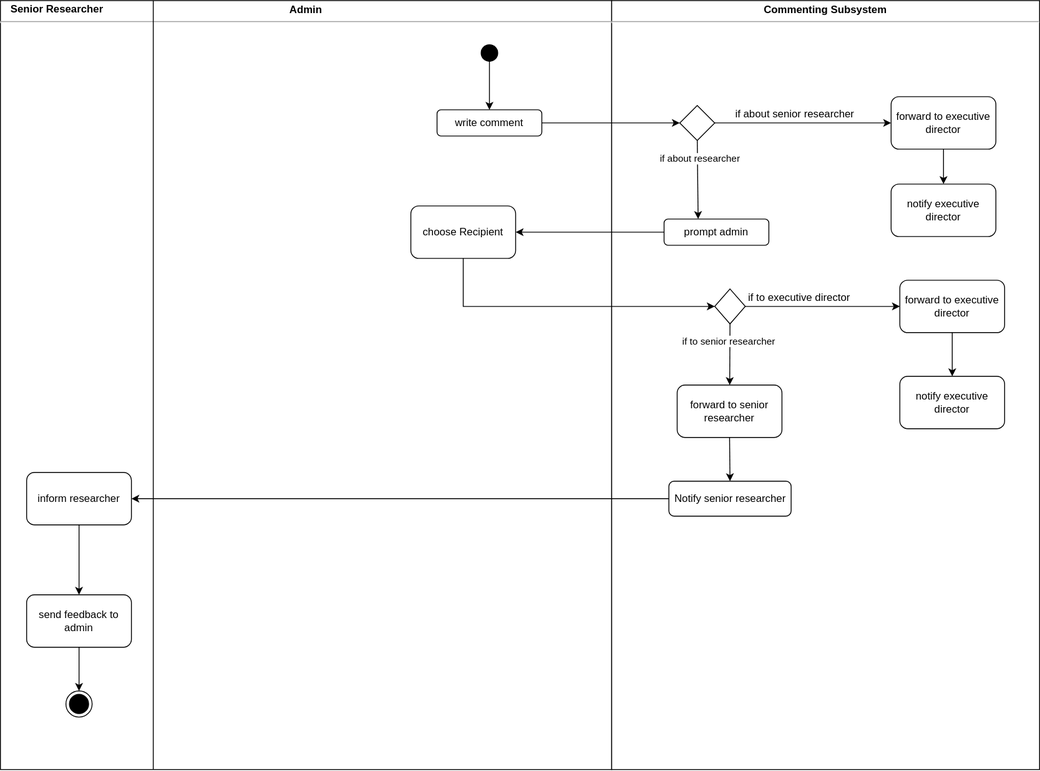
samuelpilusa365/myRepo keeps this draw.io diagram as Admin_Commenting.svg. Above is the earlier version. Source tidied: cells renumbered, new cells last; positions are measured from the earlier drawing's top-left corner, leaving out a move shared by most shapes.
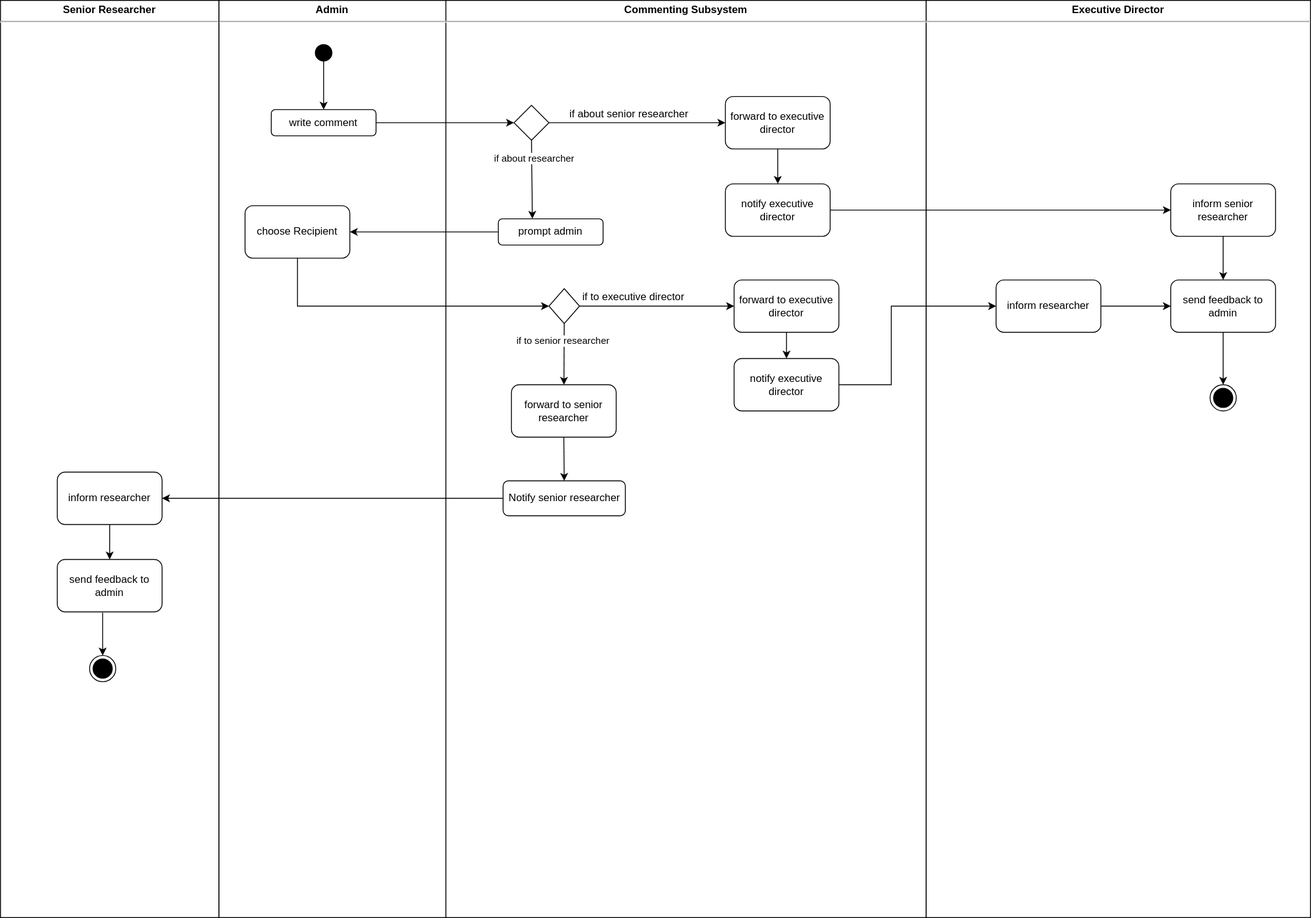
Later version of the same file.

The edit, as a diff of the source:
```diff
@@ -3,10 +3,10 @@
     <mxCell id="0" />
     <mxCell id="1" parent="0" />
     <mxCell id="2" value="&lt;p style=&quot;margin: 0px ; margin-top: 4px ; text-align: center&quot;&gt;&lt;b&gt;Admin&lt;/b&gt;&lt;/p&gt;&lt;hr&gt;&lt;p style=&quot;font-size: 10px ; margin: 0px ; text-align: center&quot;&gt;&lt;br&gt;&lt;/p&gt;" style="shape=rect;html=1;overflow=fill;whiteSpace=wrap;" parent="1" vertex="1">
-      <mxGeometry width="700" height="880" as="geometry" />
+      <mxGeometry x="440" width="260" height="1050" as="geometry" />
     </mxCell>
     <mxCell id="3" value="&lt;p style=&quot;margin: 0px ; margin-top: 4px ; text-align: center&quot;&gt;&lt;b&gt;Commenting Subsystem&lt;/b&gt;&lt;/p&gt;&lt;hr&gt;&lt;p style=&quot;font-size: 10px ; margin: 0px ; text-align: center&quot;&gt;&lt;br&gt;&lt;/p&gt;" style="shape=rect;html=1;overflow=fill;whiteSpace=wrap;" parent="1" vertex="1">
-      <mxGeometry x="700" width="490" height="880" as="geometry" />
+      <mxGeometry x="700" width="550" height="1050" as="geometry" />
     </mxCell>
     <mxCell id="4" style="ellipse;fillColor=#000000;strokeColor=none;" parent="1" vertex="1">
       <mxGeometry x="550" y="50" width="20" height="20" as="geometry" />
@@ -82,7 +82,7 @@
       <mxGeometry x="775" y="440" width="120" height="60" as="geometry" />
     </mxCell>
     <mxCell id="27" value="notify executive director" style="rounded=1;whiteSpace=wrap;html=1;" parent="1" vertex="1">
-      <mxGeometry x="1030" y="430" width="120" height="60" as="geometry" />
+      <mxGeometry x="1030" y="410" width="120" height="60" as="geometry" />
     </mxCell>
     <mxCell id="28" style="endArrow=classic;html=1;exitX=0.5;exitY=1;exitDx=0;exitDy=0;entryX=0.5;entryY=0;entryDx=0;entryDy=0;" parent="1" edge="1" source="23" target="27">
       <mxGeometry relative="1" as="geometry" />
@@ -93,29 +93,61 @@
     <mxCell id="30" style="endArrow=classic;html=1;exitX=0.5;exitY=1;exitDx=0;exitDy=0;entryX=0.5;entryY=0;entryDx=0;entryDy=0;" parent="1" edge="1" source="26" target="29">
       <mxGeometry relative="1" as="geometry" />
     </mxCell>
-    <mxCell id="31" style="endArrow=none;html=1;exitX=0.25;exitY=1;exitDx=0;exitDy=0;entryX=0.25;entryY=0;entryDx=0;entryDy=0;" parent="1" edge="1" source="2" target="2">
-      <mxGeometry relative="1" as="geometry" />
-    </mxCell>
+    <mxCell id="39" value="&lt;p style=&quot;margin: 0px ; margin-top: 4px ; text-align: center&quot;&gt;&lt;b&gt;Executive Director&lt;/b&gt;&lt;/p&gt;&lt;hr&gt;&lt;p style=&quot;font-size: 10px ; margin: 0px ; text-align: center&quot;&gt;&lt;br&gt;&lt;/p&gt;" style="shape=rect;html=1;overflow=fill;whiteSpace=wrap;" parent="1" vertex="1">
+      <mxGeometry x="1250" width="440" height="1050" as="geometry" />
+    </mxCell>
-    <mxCell id="32" value="&lt;b&gt;Senior Researcher&lt;/b&gt;" style="text;html=1;strokeColor=none;fillColor=none;align=center;verticalAlign=middle;whiteSpace=wrap;rounded=0;" parent="1" vertex="1">
-      <mxGeometry width="130" height="20" as="geometry" />
+    <mxCell id="32" value="&lt;p style=&quot;margin: 0px ; margin-top: 4px ; text-align: center&quot;&gt;&lt;b&gt;Senior Researcher&lt;/b&gt;&lt;/p&gt;&lt;hr&gt;&lt;p style=&quot;font-size: 10px ; margin: 0px ; text-align: center&quot;&gt;&lt;br&gt;&lt;/p&gt;" style="shape=rect;html=1;overflow=fill;whiteSpace=wrap;" parent="1" vertex="1">
+      <mxGeometry x="190" width="250" height="1050" as="geometry" />
     </mxCell>
-    <mxCell id="33" value="inform researcher" style="rounded=1;whiteSpace=wrap;html=1;" parent="1" vertex="1">
-      <mxGeometry x="30" y="540" width="120" height="60" as="geometry" />
-    </mxCell>
-    <mxCell id="34" value="send feedback to admin" style="rounded=1;whiteSpace=wrap;html=1;" parent="1" vertex="1">
-      <mxGeometry x="30" y="680" width="120" height="60" as="geometry" />
-    </mxCell>
-    <mxCell id="35" style="endArrow=classic;html=1;exitX=0.5;exitY=1;exitDx=0;exitDy=0;entryX=0.5;entryY=0;entryDx=0;entryDy=0;" parent="1" edge="1" source="33" target="34">
-      <mxGeometry relative="1" as="geometry" />
-    </mxCell>
-    <mxCell id="36" style="endArrow=classic;html=1;entryX=1;entryY=0.5;entryDx=0;entryDy=0;exitX=0;exitY=0.5;exitDx=0;exitDy=0;" parent="1" edge="1" source="29" target="33">
-      <mxGeometry relative="1" as="geometry" />
-    </mxCell>
-    <mxCell id="37" style="ellipse;html=1;shape=endState;fillColor=#000000;strokeColor=#000000;" parent="1" vertex="1">
-      <mxGeometry x="75" y="790" width="30" height="30" as="geometry" />
-    </mxCell>
-    <mxCell id="38" style="endArrow=classic;html=1;exitX=0.5;exitY=1;exitDx=0;exitDy=0;entryX=0.5;entryY=0;entryDx=0;entryDy=0;" parent="1" edge="1" source="34" target="37">
-      <mxGeometry relative="1" as="geometry" />
-    </mxCell>
+    <mxCell id="40" value="inform researcher" style="rounded=1;whiteSpace=wrap;html=1;" parent="1" vertex="1">
+      <mxGeometry x="255" y="540" width="120" height="60" as="geometry" />
+    </mxCell>
+    <mxCell id="41" style="endArrow=classic;html=1;exitX=0;exitY=0.5;exitDx=0;exitDy=0;" parent="1" edge="1" source="29" target="40">
+      <mxGeometry relative="1" as="geometry" />
+    </mxCell>
+    <mxCell id="42" value="send feedback to admin" style="rounded=1;whiteSpace=wrap;html=1;" parent="1" vertex="1">
+      <mxGeometry x="255" y="640" width="120" height="60" as="geometry" />
+    </mxCell>
+    <mxCell id="43" style="endArrow=classic;html=1;exitX=0.5;exitY=1;exitDx=0;exitDy=0;entryX=0.5;entryY=0;entryDx=0;entryDy=0;" parent="1" edge="1" source="40" target="42">
+      <mxGeometry relative="1" as="geometry" />
+    </mxCell>
+    <mxCell id="44" style="ellipse;html=1;shape=endState;fillColor=#000000;strokeColor=#000000;" parent="1" vertex="1">
+      <mxGeometry x="292" y="750" width="30" height="30" as="geometry" />
+    </mxCell>
+    <mxCell id="45" style="endArrow=classic;html=1;exitX=0.433;exitY=1.017;exitDx=0;exitDy=0;entryX=0.5;entryY=0;entryDx=0;entryDy=0;exitPerimeter=0;" parent="1" edge="1" source="42" target="44">
+      <mxGeometry relative="1" as="geometry" />
+    </mxCell>
+    <mxCell id="46" value="inform senior researcher" style="rounded=1;whiteSpace=wrap;html=1;" parent="1" vertex="1">
+      <mxGeometry x="1530" y="210" width="120" height="60" as="geometry" />
+    </mxCell>
+    <mxCell id="47" style="endArrow=classic;html=1;exitX=0.5;exitY=1;exitDx=0;exitDy=0;entryX=0.5;entryY=0;entryDx=0;entryDy=0;" parent="1" edge="1" source="46" target="48">
+      <mxGeometry relative="1" as="geometry" />
+    </mxCell>
+    <mxCell id="48" value="send feedback to admin" style="rounded=1;whiteSpace=wrap;html=1;" parent="1" vertex="1">
+      <mxGeometry x="1530" y="320" width="120" height="60" as="geometry" />
+    </mxCell>
+    <mxCell id="49" style="ellipse;html=1;shape=endState;fillColor=#000000;strokeColor=#000000;" parent="1" vertex="1">
+      <mxGeometry x="1575" y="440" width="30" height="30" as="geometry" />
+    </mxCell>
+    <mxCell id="50" style="endArrow=classic;html=1;exitX=0.5;exitY=1;exitDx=0;exitDy=0;entryX=0.5;entryY=0;entryDx=0;entryDy=0;" parent="1" edge="1" source="48" target="49">
+      <mxGeometry relative="1" as="geometry" />
+    </mxCell>
+    <mxCell id="51" style="endArrow=classic;html=1;exitX=1;exitY=0.5;exitDx=0;exitDy=0;entryX=0;entryY=0.5;entryDx=0;entryDy=0;" parent="1" edge="1" source="15" target="46">
+      <mxGeometry relative="1" as="geometry" />
+    </mxCell>
+    <mxCell id="52" value="inform researcher" style="rounded=1;whiteSpace=wrap;html=1;" parent="1" vertex="1">
+      <mxGeometry x="1330" y="320" width="120" height="60" as="geometry" />
+    </mxCell>
+    <mxCell id="53" style="endArrow=classic;html=1;exitX=1;exitY=0.5;exitDx=0;exitDy=0;entryX=0;entryY=0.5;entryDx=0;entryDy=0;rounded=0;" parent="1" edge="1" source="27" target="52">
+      <mxGeometry relative="1" as="geometry">
+        <Array as="points">
+          <mxPoint x="1210" y="440" />
+          <mxPoint x="1210" y="350" />
+        </Array>
+      </mxGeometry>
+    </mxCell>
+    <mxCell id="54" style="endArrow=classic;html=1;exitX=1;exitY=0.5;exitDx=0;exitDy=0;entryX=0;entryY=0.5;entryDx=0;entryDy=0;" parent="1" edge="1" source="52" target="48">
+      <mxGeometry relative="1" as="geometry" />
+    </mxCell>
   </root>
 </mxGraphModel>
```
